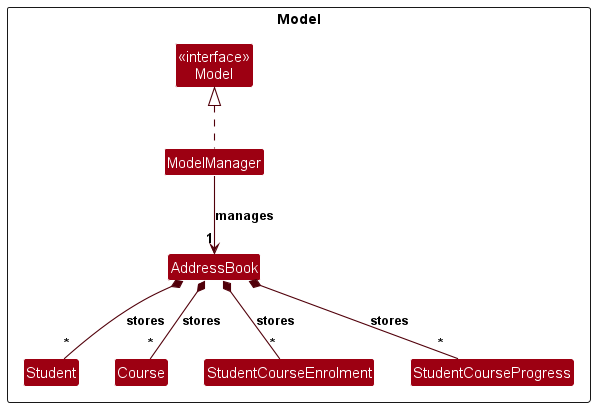
Above: docs/images/ModelClassDiagram.png in AY2627S1-CS2103-F11-1/tp (PlantUML), before the change. Its source is kept beside it as docs/diagrams/ModelClassDiagram.puml.
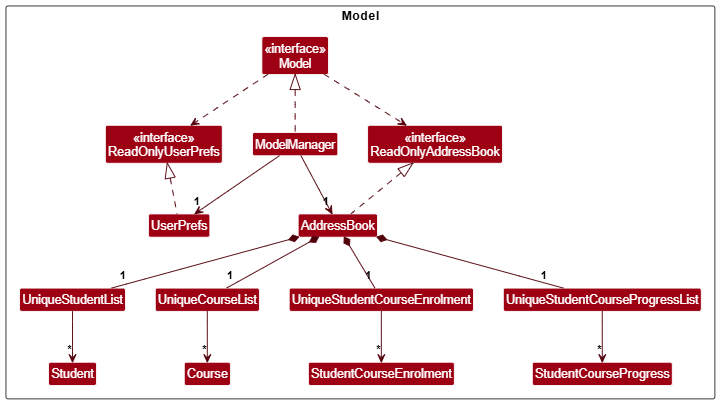
After the change.

Commit message:
Fix model class diagram

Change to the diagram source:
```diff
@@ -8,6 +8,14 @@
     class "<<interface>>\nModel" as ModelApi
     class ModelManager
     class AddressBook
+    class "<<interface>>\nReadOnlyAddressBook" as ReadOnlyAddressBook
+    class UserPrefs
+    class "<<interface>>\nReadOnlyUserPrefs" as ReadOnlyUserPrefs
+
+    class UniqueStudentList
+    class UniqueCourseList
+    class UniqueStudentCourseEnrolment
+    class UniqueStudentCourseProgressList
 
     class Student
     class Course
@@ -16,11 +24,23 @@
 }
 
 ModelManager .up.|> ModelApi
-ModelManager -down-> "1" AddressBook : manages
+AddressBook .up.|> ReadOnlyAddressBook
+UserPrefs .up.|> ReadOnlyUserPrefs
 
-AddressBook *-- "*" Student : stores
-AddressBook *-- "*" Course : stores
-AddressBook *-- "*" StudentCourseEnrolment : stores
-AddressBook *-- "*" StudentCourseProgress : stores
+ModelApi ..> ReadOnlyAddressBook
+ModelApi ..> ReadOnlyUserPrefs
+
+ModelManager -down-> "1" AddressBook
+ModelManager -right-> "1" UserPrefs
+
+AddressBook *-- "1" UniqueStudentList
+AddressBook *-- "1" UniqueCourseList
+AddressBook *-- "1" UniqueStudentCourseEnrolment
+AddressBook *-- "1" UniqueStudentCourseProgressList
+
+UniqueStudentList --> "*" Student
+UniqueCourseList --> "*" Course
+UniqueStudentCourseEnrolment --> "*" StudentCourseEnrolment
+UniqueStudentCourseProgressList --> "*" StudentCourseProgress
 
 @enduml
```
